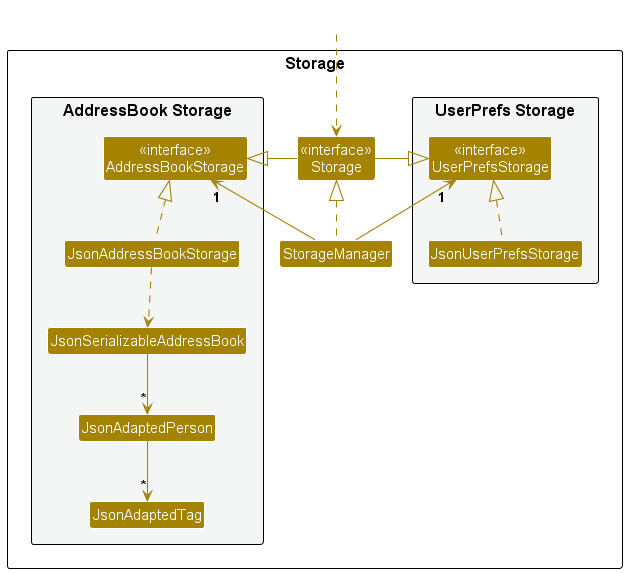
This is docs/images/StorageClassDiagram.png from nus-cs2103-AY2425S1/tp, a PlantUML export, as it was before one commit.
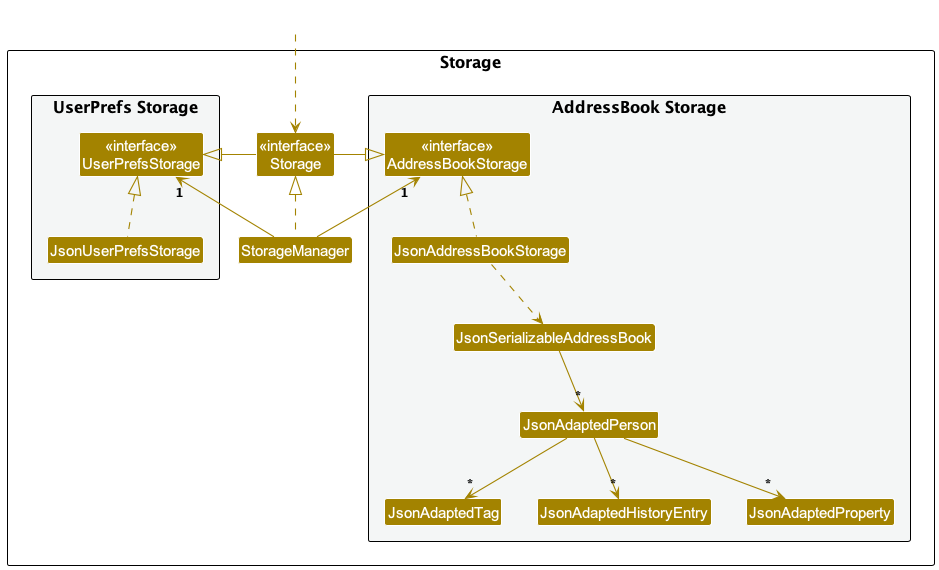
After the change.

What changed in the source:
```diff
@@ -20,6 +20,8 @@
 Class JsonSerializableAddressBook
 Class JsonAdaptedPerson
 Class JsonAdaptedTag
+Class JsonAdaptedHistoryEntry
+Class JsonAdaptedProperty
 }
 
 }
@@ -39,5 +41,8 @@
 JsonAddressBookStorage ..> JsonSerializableAddressBook
 JsonSerializableAddressBook --> "*" JsonAdaptedPerson
 JsonAdaptedPerson --> "*" JsonAdaptedTag
+JsonAdaptedPerson --> "*" JsonAdaptedHistoryEntry
+JsonAdaptedPerson --> "*" JsonAdaptedProperty
+
 
 @enduml
```
